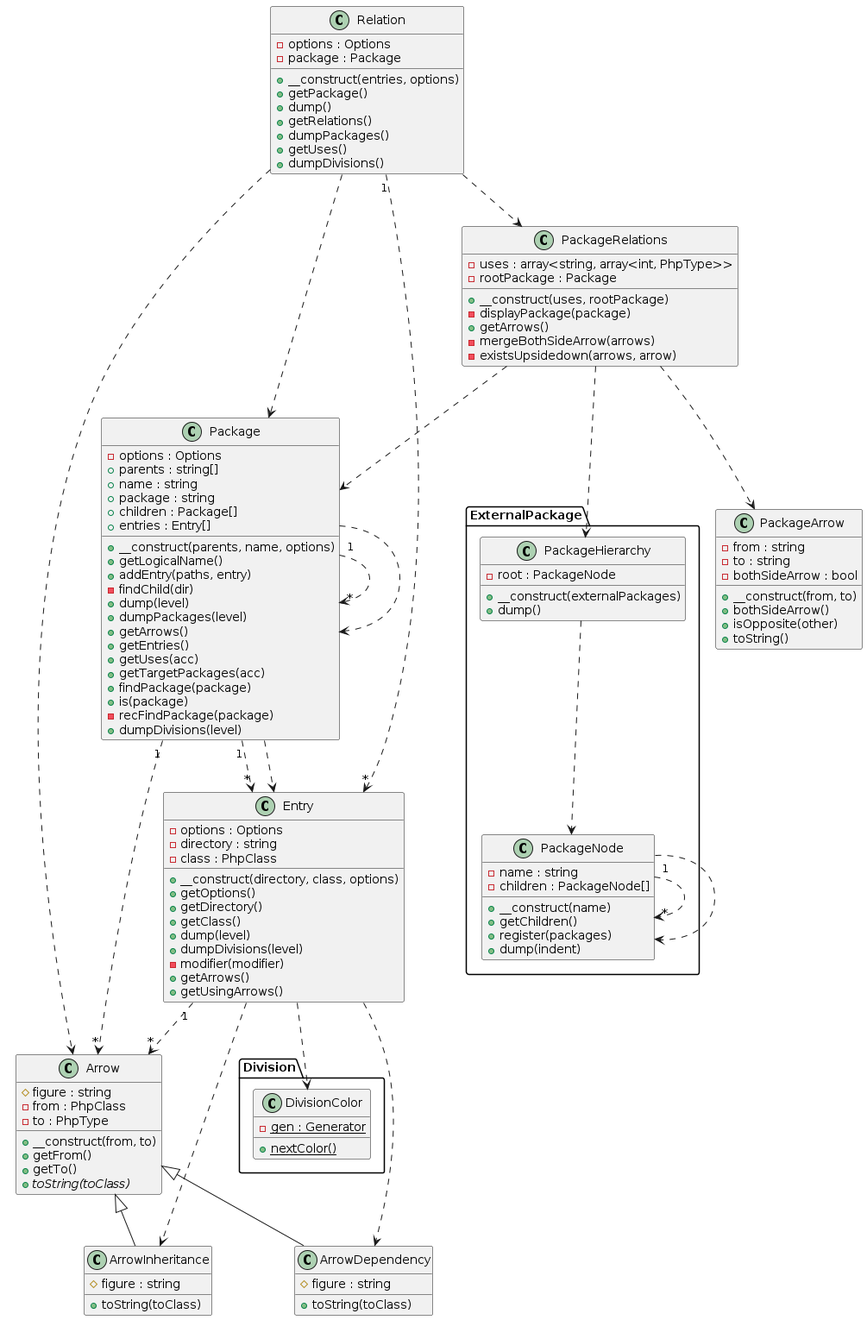
This is dogfood.png from smeghead/php-class-diagram, a PlantUML export, as it was before one commit.
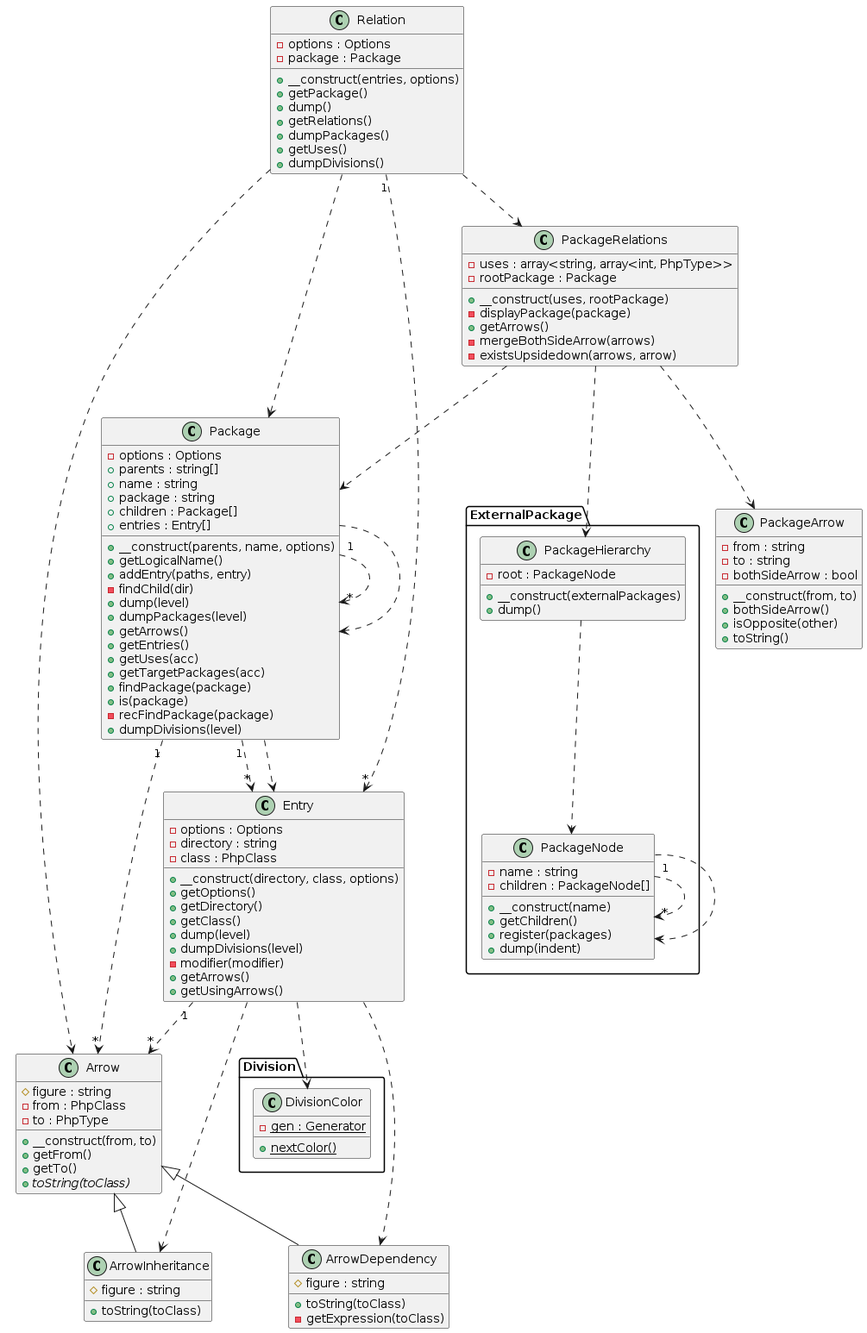
The same file after the commit.

Diff of the diagram source:
```diff
@@ -80,6 +80,7 @@
   class "ArrowDependency" as ArrowDependency {
     #figure : string
     +toString(toClass)
+    -getExpression(toClass)
   }
   package Division as Division {
     class "DivisionColor" as Division_DivisionColor {
```
